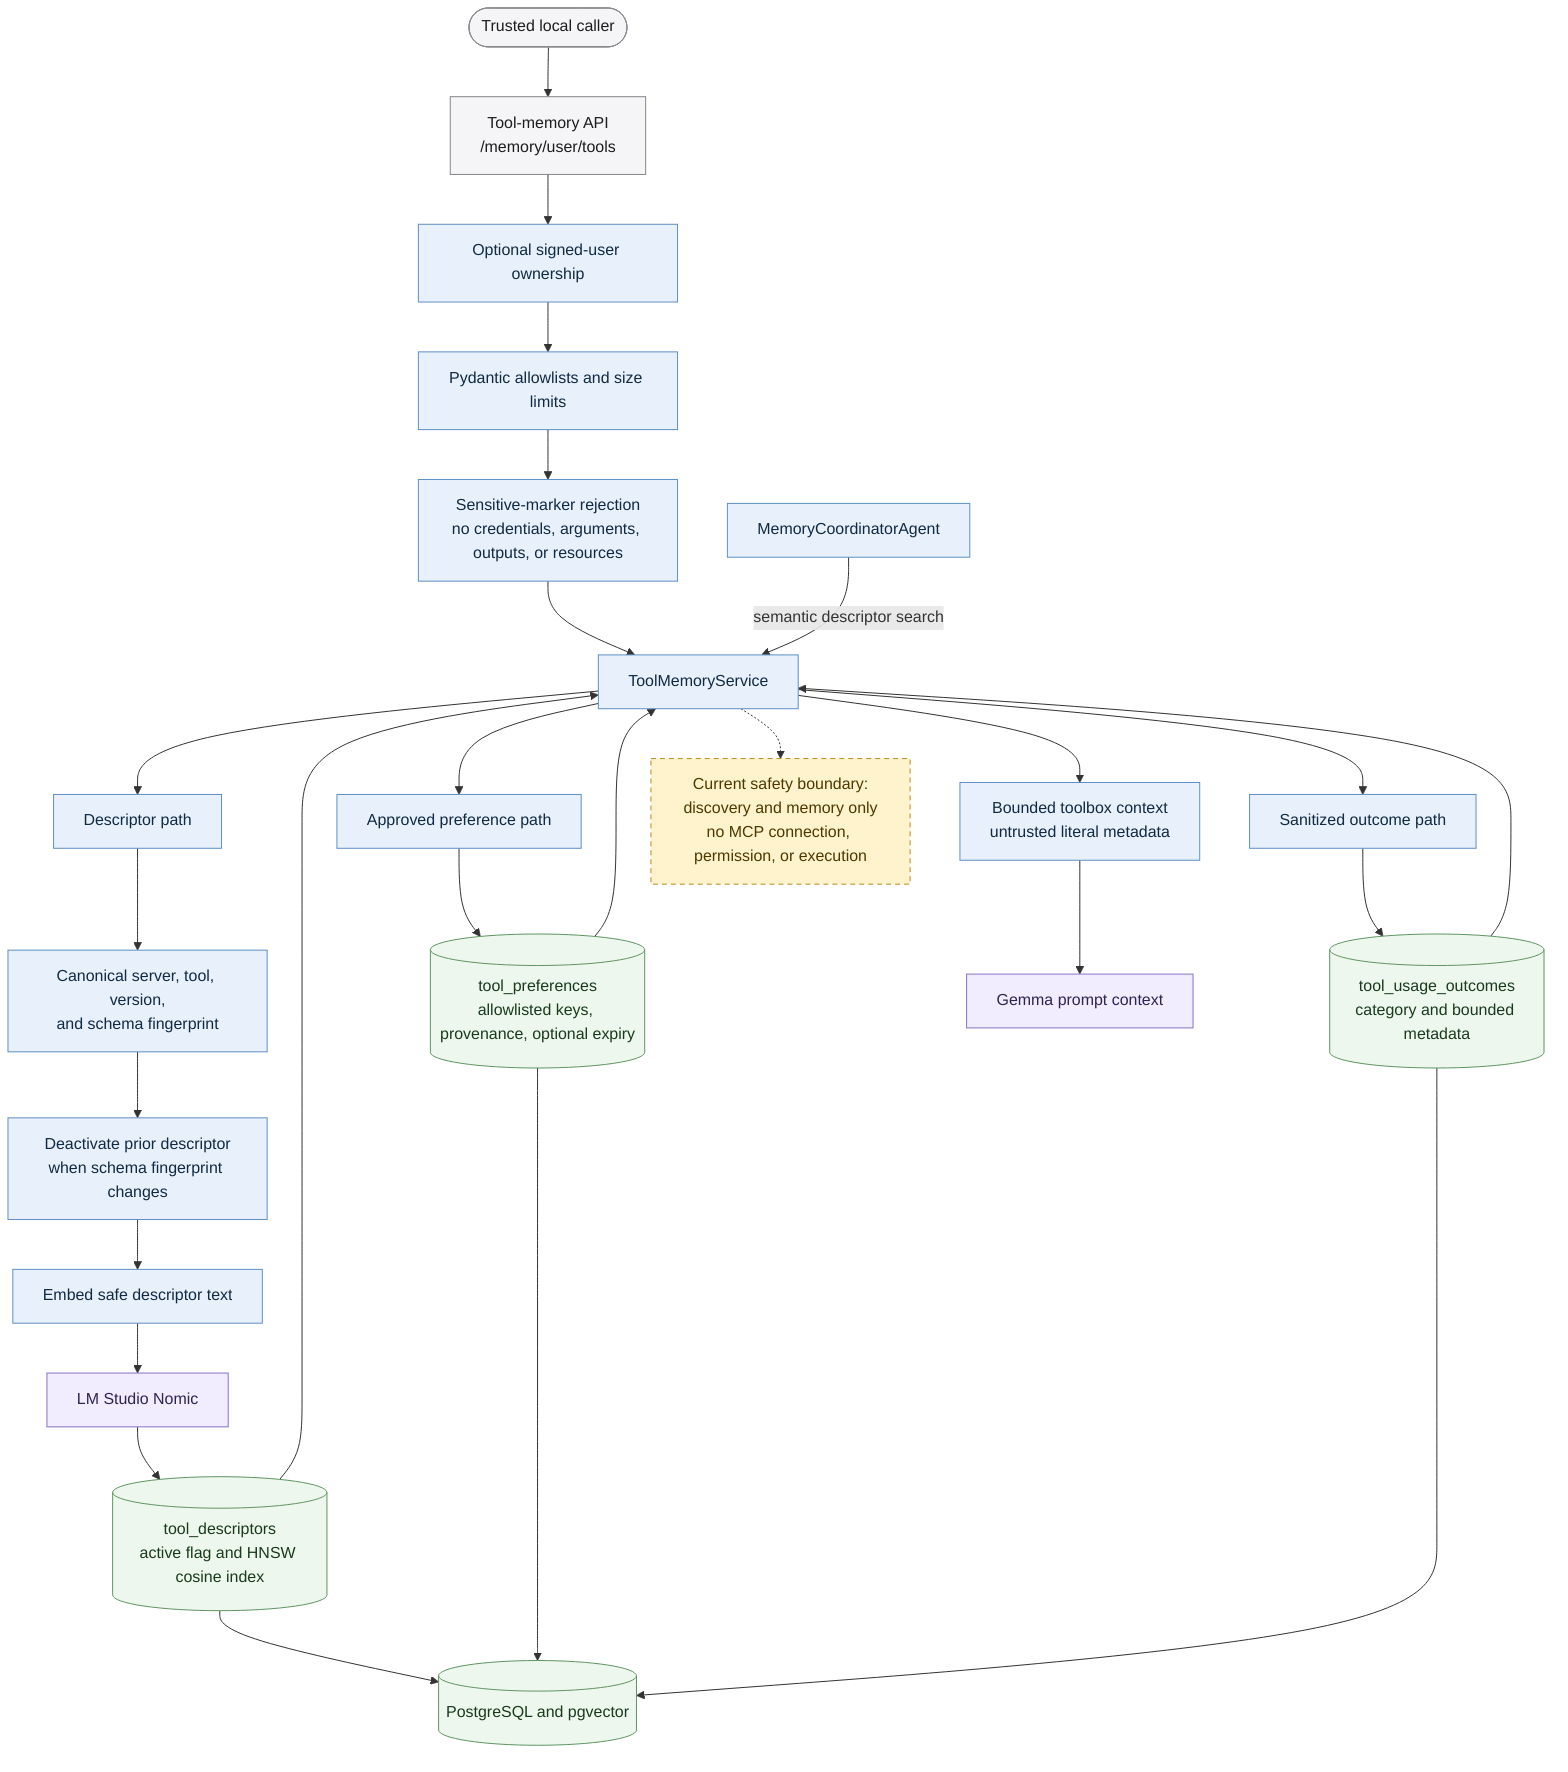
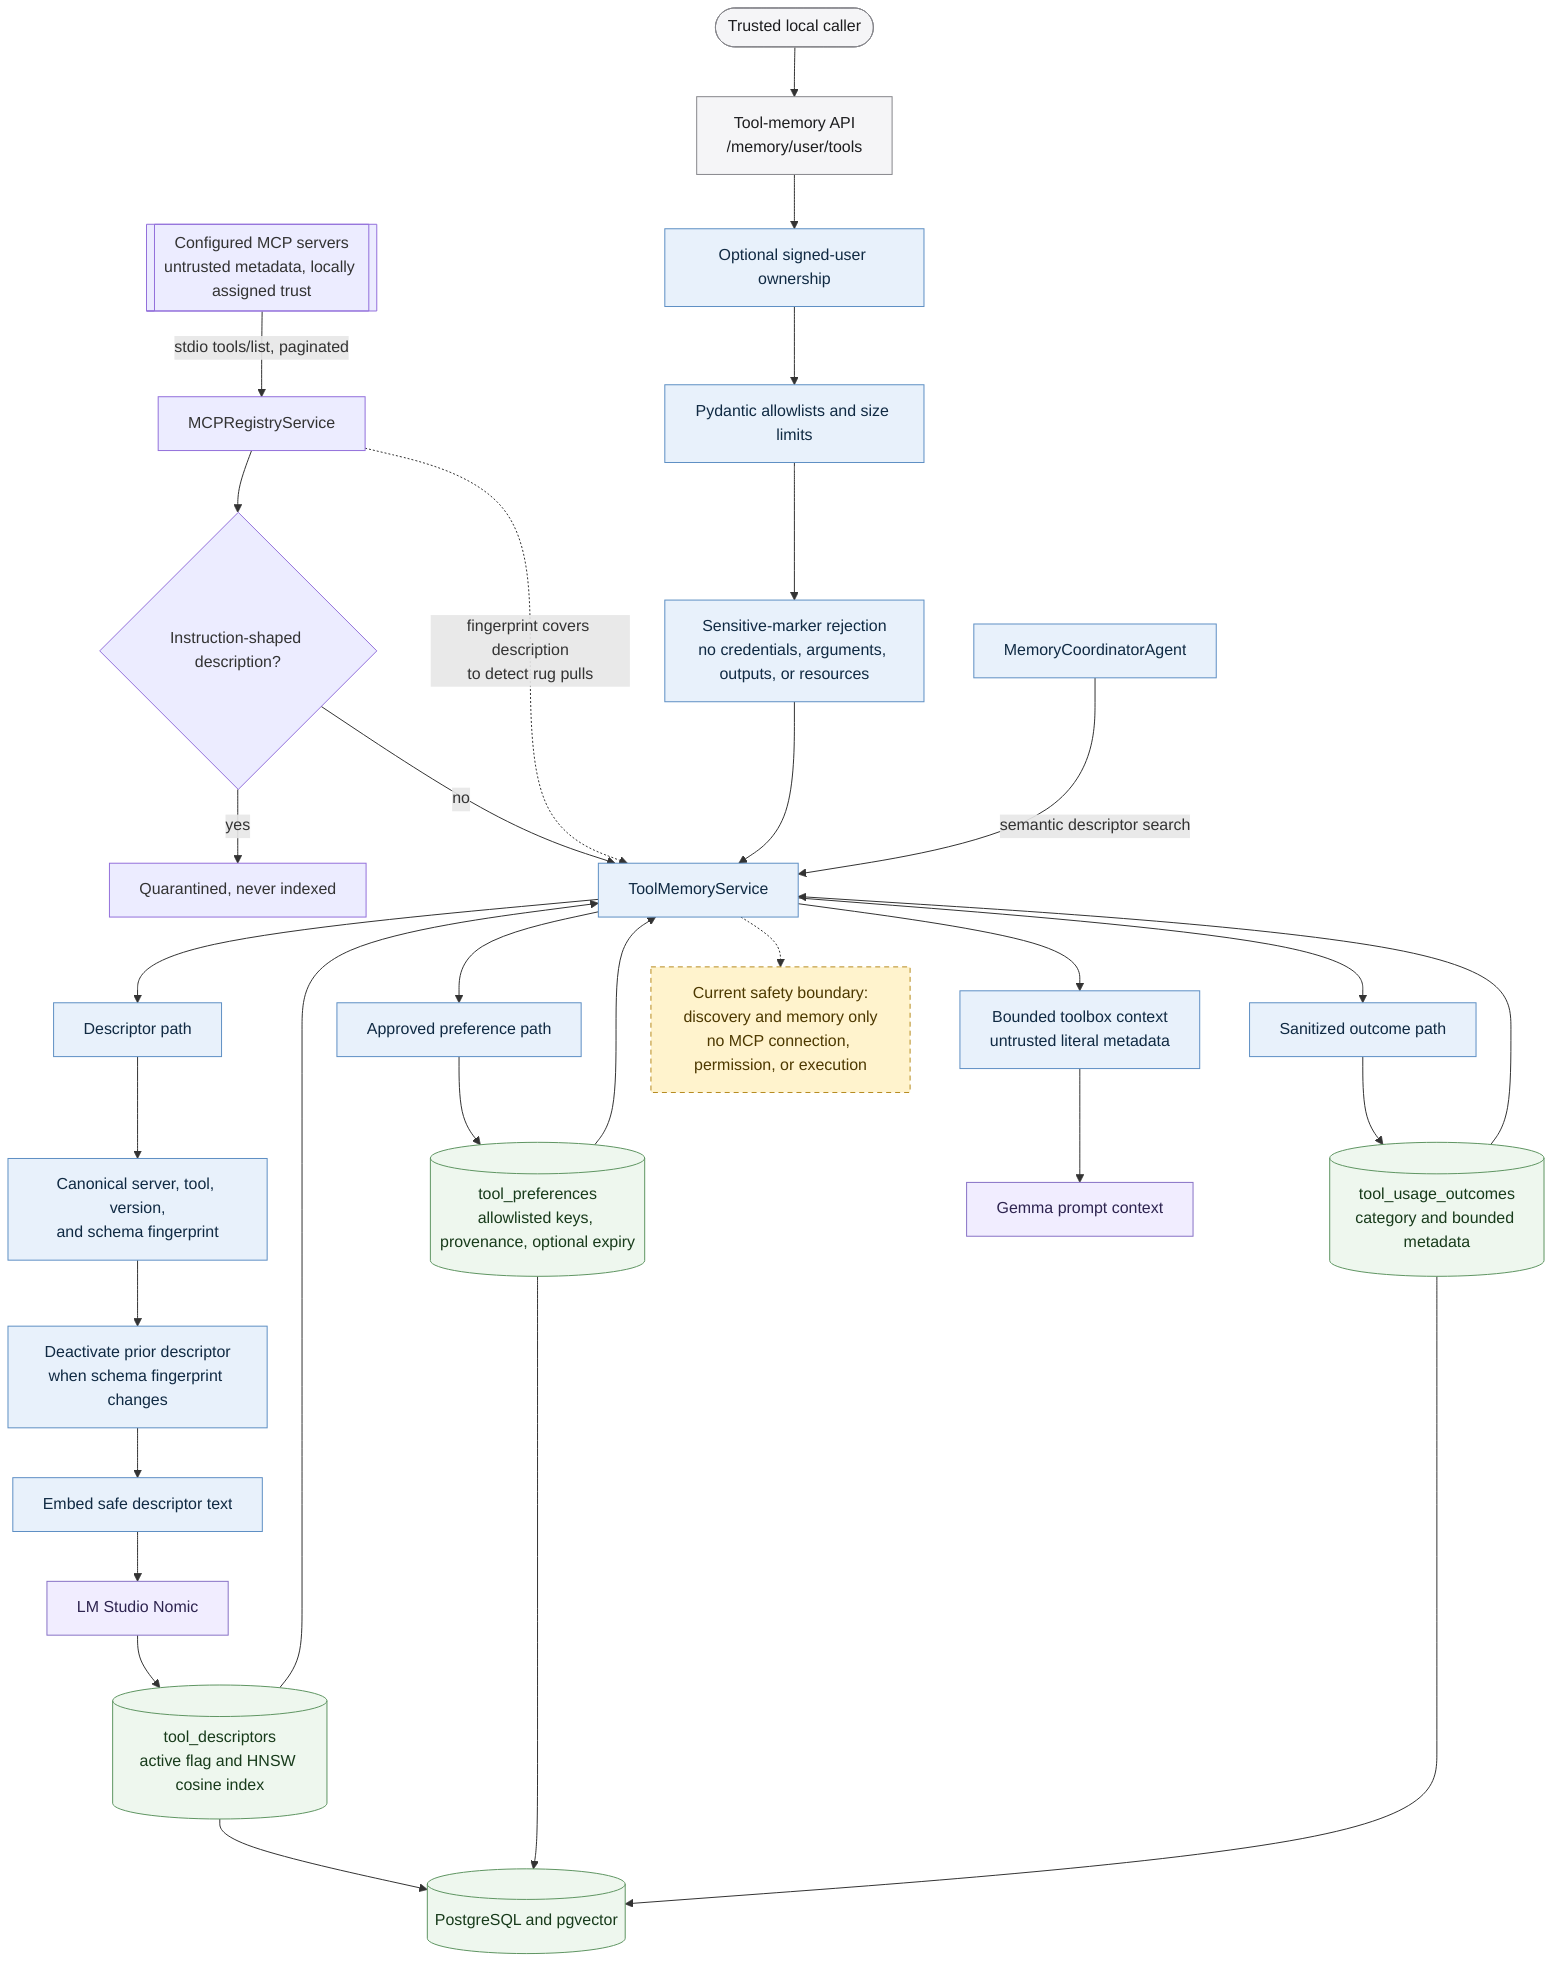
flowchart TB
+     MCPServers[[Configured MCP servers<br/>untrusted metadata, locally assigned trust]]
+     MCPServers -->|stdio tools/list, paginated| Discovery[MCPRegistryService]
+     Discovery --> Poison{Instruction-shaped description?}
+     Poison -->|yes| Quarantine[Quarantined, never indexed]
+     Poison -->|no| Service
+     Discovery -. fingerprint covers description<br/>to detect rug pulls .-> Service
+ 
    Caller([Trusted local caller]) --> ToolAPI[Tool-memory API<br/>/memory/user/tools]
    ToolAPI --> Ownership[Optional signed-user ownership]
    Ownership --> Schema[Pydantic allowlists and size limits]
    Schema --> Sensitive[Sensitive-marker rejection<br/>no credentials, arguments, outputs, or resources]
    Sensitive --> Service[ToolMemoryService]

    Service --> DescriptorPath[Descriptor path]
    DescriptorPath --> Identity[Canonical server, tool, version,<br/>and schema fingerprint]
    Identity --> Deactivate[Deactivate prior descriptor<br/>when schema fingerprint changes]
    Deactivate --> Embed[Embed safe descriptor text]
    Embed --> Nomic[LM Studio Nomic]
    Nomic --> Descriptors[(tool_descriptors<br/>active flag and HNSW cosine index)]

    Service --> PreferencePath[Approved preference path]
    PreferencePath --> Preferences[(tool_preferences<br/>allowlisted keys, provenance, optional expiry)]
    Service --> OutcomePath[Sanitized outcome path]
    OutcomePath --> Outcomes[(tool_usage_outcomes<br/>category and bounded metadata)]

    Coordinator[MemoryCoordinatorAgent] -->|semantic descriptor search| Service
    Descriptors --> Service
    Preferences --> Service
    Outcomes --> Service
    Service --> Toolbox[Bounded toolbox context<br/>untrusted literal metadata]
    Toolbox --> Gemma[Gemma prompt context]

    Database[(PostgreSQL and pgvector)]
    Descriptors --> Database
    Preferences --> Database
    Outcomes --> Database

    Boundary[Current safety boundary:<br/>discovery and memory only<br/>no MCP connection, permission, or execution]
    Service -.-> Boundary

    classDef interface fill:#f5f5f7,stroke:#86868b,color:#1d1d1f;
    classDef application fill:#e8f1fb,stroke:#5e8fc4,color:#102a43;
    classDef data fill:#eef7ee,stroke:#5f9562,color:#183b1b;
    classDef external fill:#f1edff,stroke:#8872c6,color:#2e2450;
    classDef warning fill:#fff3cd,stroke:#b78b20,color:#4d3900,stroke-dasharray:5 4;
    class Caller,ToolAPI interface;
    class Ownership,Schema,Sensitive,Service,DescriptorPath,Identity,Deactivate,Embed,PreferencePath,OutcomePath,Coordinator,Toolbox application;
    class Descriptors,Preferences,Outcomes,Database data;
    class Nomic,Gemma external;
    class Boundary warning;
